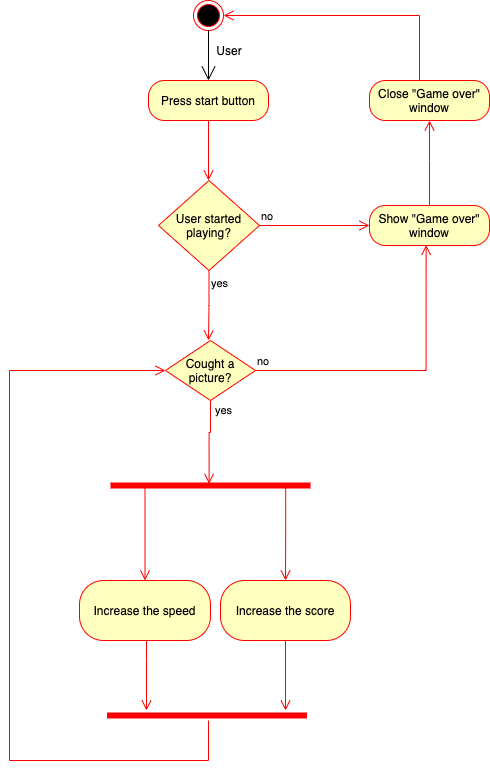
HeliHaavisto/diagrams keeps this draw.io diagram as Activity.png. Above is the earlier version. Source tidied: cells renumbered, new cells last; positions are measured from the earlier drawing's top-left corner, leaving out a move shared by most shapes.
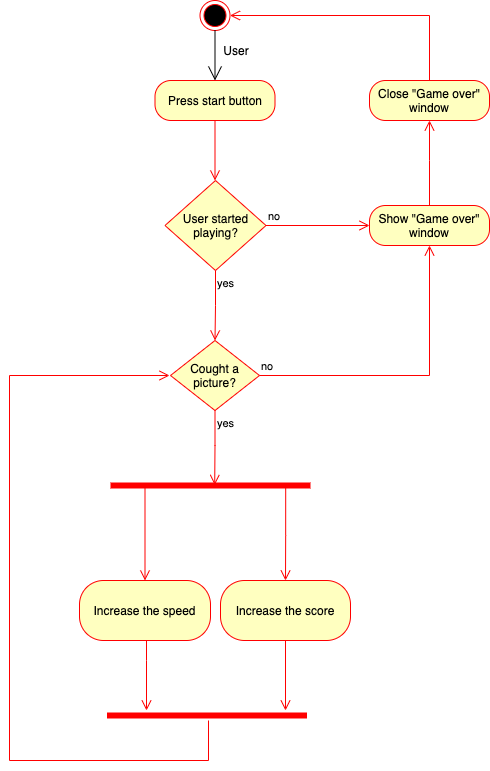
The same diagram one commit later.

Commit message:
Made prettier Activity.png

The edit, as a diff of the source:
```diff
@@ -3,31 +3,31 @@
     <mxCell id="0" />
     <mxCell id="1" parent="0" />
     <mxCell id="2" style="ellipse;html=1;shape=endState;fillColor=#000000;strokeColor=#ff0000;" parent="1" vertex="1">
-      <mxGeometry x="184" width="30" height="30" as="geometry" />
+      <mxGeometry x="190.5" width="30" height="30" as="geometry" />
     </mxCell>
     <mxCell id="3" value="Press start button" style="rounded=1;whiteSpace=wrap;html=1;arcSize=40;fontColor=#000000;fillColor=#ffffc0;strokeColor=#ff0000;" parent="1" vertex="1">
-      <mxGeometry x="139" y="80" width="120" height="40" as="geometry" />
+      <mxGeometry x="145.5" y="80" width="120" height="40" as="geometry" />
     </mxCell>
     <mxCell id="4" style="edgeStyle=orthogonalEdgeStyle;html=1;verticalAlign=bottom;endArrow=open;endSize=8;strokeColor=#ff0000;rounded=0;" parent="1" edge="1" source="3">
       <mxGeometry relative="1" as="geometry">
-        <mxPoint x="199" y="180" as="targetPoint" />
+        <mxPoint x="205.5" y="180" as="targetPoint" />
       </mxGeometry>
     </mxCell>
     <mxCell id="5" style="endArrow=open;endFill=1;endSize=12;html=1;rounded=0;edgeStyle=orthogonalEdgeStyle;entryX=0.5;entryY=0;entryDx=0;entryDy=0;" parent="1" edge="1" source="2" target="3">
       <mxGeometry relative="1" as="geometry" />
     </mxCell>
     <mxCell id="6" value="User" style="text;html=1;strokeColor=none;fillColor=none;align=center;verticalAlign=middle;whiteSpace=wrap;rounded=0;" parent="1" vertex="1">
-      <mxGeometry x="200" y="40" width="40" height="20" as="geometry" />
+      <mxGeometry x="206.5" y="40" width="40" height="20" as="geometry" />
     </mxCell>
     <mxCell id="7" value="User started playing?" style="rhombus;whiteSpace=wrap;html=1;fillColor=#ffffc0;strokeColor=#ff0000;" parent="1" vertex="1">
-      <mxGeometry x="149" y="180" width="101" height="90" as="geometry" />
+      <mxGeometry x="155.5" y="180" width="101" height="90" as="geometry" />
     </mxCell>
     <mxCell id="8" value="no" style="edgeStyle=orthogonalEdgeStyle;html=1;align=left;verticalAlign=bottom;endArrow=open;endSize=8;strokeColor=#ff0000;rounded=0;entryX=0;entryY=0.5;entryDx=0;entryDy=0;" parent="1" edge="1" source="7" target="10">
       <mxGeometry x="-1" relative="1" as="geometry" />
     </mxCell>
     <mxCell id="9" value="yes" style="edgeStyle=orthogonalEdgeStyle;html=1;align=left;verticalAlign=top;endArrow=open;endSize=8;strokeColor=#ff0000;rounded=0;" parent="1" edge="1" source="7">
       <mxGeometry x="-1" relative="1" as="geometry">
-        <mxPoint x="199" y="340" as="targetPoint" />
+        <mxPoint x="205.5" y="340" as="targetPoint" />
       </mxGeometry>
     </mxCell>
     <mxCell id="10" value="Show &quot;Game over&quot; window" style="rounded=1;whiteSpace=wrap;html=1;arcSize=40;fontColor=#000000;fillColor=#ffffc0;strokeColor=#ff0000;" parent="1" vertex="1">
@@ -47,20 +47,10 @@
     <mxCell id="13" style="edgeStyle=orthogonalEdgeStyle;html=1;verticalAlign=bottom;endArrow=open;endSize=8;strokeColor=#ff0000;rounded=0;entryX=1;entryY=0.5;entryDx=0;entryDy=0;" parent="1" edge="1" source="12" target="2">
       <mxGeometry relative="1" as="geometry">
         <Array as="points">
-          <mxPoint x="410" y="15" />
+          <mxPoint x="420" y="15" />
         </Array>
       </mxGeometry>
     </mxCell>
-    <mxCell id="14" value="Cought a picture?" style="rhombus;whiteSpace=wrap;html=1;fillColor=#ffffc0;strokeColor=#ff0000;" parent="1" vertex="1">
-      <mxGeometry x="156" y="340" width="90" height="60" as="geometry" />
-    </mxCell>
-    <mxCell id="15" value="no" style="edgeStyle=orthogonalEdgeStyle;html=1;align=left;verticalAlign=bottom;endArrow=open;endSize=8;strokeColor=#ff0000;rounded=0;entryX=0.472;entryY=0.986;entryDx=0;entryDy=0;entryPerimeter=0;" parent="1" edge="1" source="14" target="10">
-      <mxGeometry x="-1" relative="1" as="geometry">
-        <Array as="points">
-          <mxPoint x="417" y="370" />
-        </Array>
-      </mxGeometry>
-    </mxCell>
     <mxCell id="16" value="Increase the speed" style="rounded=1;whiteSpace=wrap;html=1;arcSize=40;fontColor=#000000;fillColor=#ffffc0;strokeColor=#ff0000;" parent="1" vertex="1">
       <mxGeometry x="70" y="580" width="131" height="60" as="geometry" />
     </mxCell>
@@ -84,12 +74,13 @@
     <mxCell id="21" style="shape=line;html=1;strokeWidth=6;strokeColor=#ff0000;" parent="1" vertex="1">
       <mxGeometry x="97.5" y="710" width="200" height="10" as="geometry" />
     </mxCell>
-    <mxCell id="22" style="edgeStyle=orthogonalEdgeStyle;html=1;verticalAlign=bottom;endArrow=open;endSize=8;strokeColor=#ff0000;rounded=0;entryX=0;entryY=0.5;entryDx=0;entryDy=0;" parent="1" edge="1" source="21" target="14">
+    <mxCell id="22" style="edgeStyle=orthogonalEdgeStyle;html=1;verticalAlign=bottom;endArrow=open;endSize=8;strokeColor=#ff0000;rounded=0;" parent="1" edge="1" source="21">
       <mxGeometry relative="1" as="geometry">
+        <mxPoint x="160" y="375" as="targetPoint" />
         <Array as="points">
           <mxPoint x="199" y="760" />
           <mxPoint y="760" />
-          <mxPoint y="370" />
+          <mxPoint y="375" />
         </Array>
       </mxGeometry>
     </mxCell>
@@ -108,18 +99,14 @@
         </Array>
       </mxGeometry>
     </mxCell>
-    <mxCell id="25" style="edgeStyle=orthogonalEdgeStyle;html=1;verticalAlign=bottom;endArrow=open;endSize=8;strokeColor=#ff0000;rounded=0;entryX=0.493;entryY=0.333;entryDx=0;entryDy=0;exitX=0.5;exitY=1;exitDx=0;exitDy=0;entryPerimeter=0;" parent="1" edge="1" source="14" target="18">
-      <mxGeometry relative="1" as="geometry">
-        <Array as="points">
-          <mxPoint x="201" y="432" />
-          <mxPoint x="200" y="432" />
-        </Array>
-      </mxGeometry>
-    </mxCell>
+    <mxCell id="14" value="Cought a picture?" style="rhombus;whiteSpace=wrap;html=1;fillColor=#ffffc0;strokeColor=#ff0000;" parent="1" vertex="1">
+      <mxGeometry x="161" y="340" width="89" height="70" as="geometry" />
+    </mxCell>
+    <mxCell id="15" value="no" style="edgeStyle=orthogonalEdgeStyle;html=1;align=left;verticalAlign=bottom;endArrow=open;endSize=8;strokeColor=#ff0000;rounded=0;entryX=0.5;entryY=1;entryDx=0;entryDy=0;" parent="1" edge="1" source="14" target="10">
+      <mxGeometry x="-1" relative="1" as="geometry" />
+    </mxCell>
-    <mxCell id="26" value="yes" style="edgeLabel;html=1;align=center;verticalAlign=middle;" parent="25" vertex="1">
-      <mxGeometry x="-0.76" relative="1" as="geometry">
-        <mxPoint x="13" as="offset" />
-      </mxGeometry>
+    <mxCell id="26" value="yes" style="edgeStyle=orthogonalEdgeStyle;html=1;align=left;verticalAlign=top;endArrow=open;endSize=8;strokeColor=#ff0000;rounded=0;entryX=0.521;entryY=0.443;entryDx=0;entryDy=0;entryPerimeter=0;" parent="1" edge="1" source="14" target="18">
+      <mxGeometry x="-1" relative="1" as="geometry" />
     </mxCell>
   </root>
 </mxGraphModel>
```
